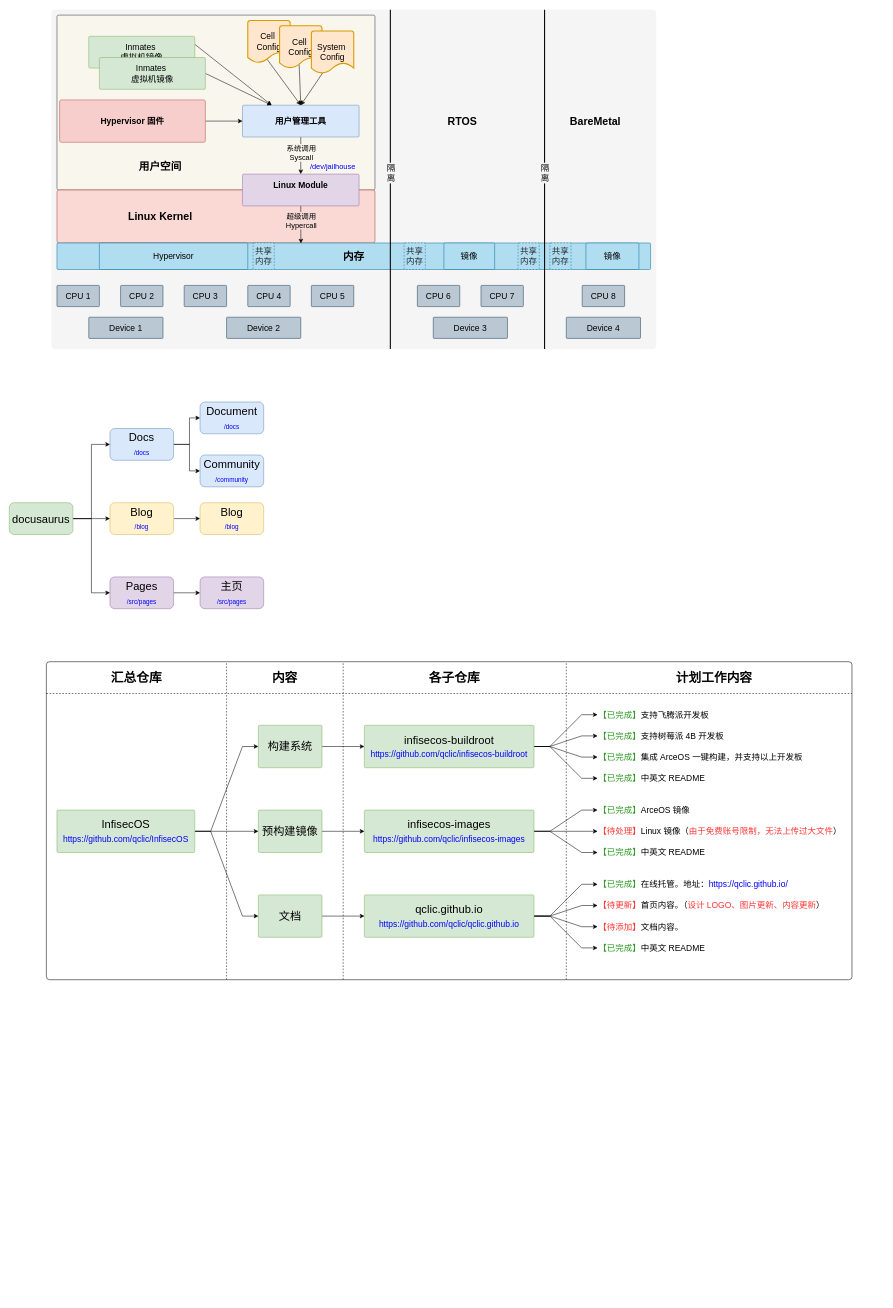
Before: page "arch" (1 of 3) of src/infisecos.drawio in qclic/qclic.github.io, a draw.io diagram. Source tidied: cells renumbered, new cells numbered last; positions are measured from the earlier drawing's top-left corner, leaving out a move shared by most shapes. Both pictures are drawn from the tidied source at 53%, with x=0, y=0 at pixel (9, 10).
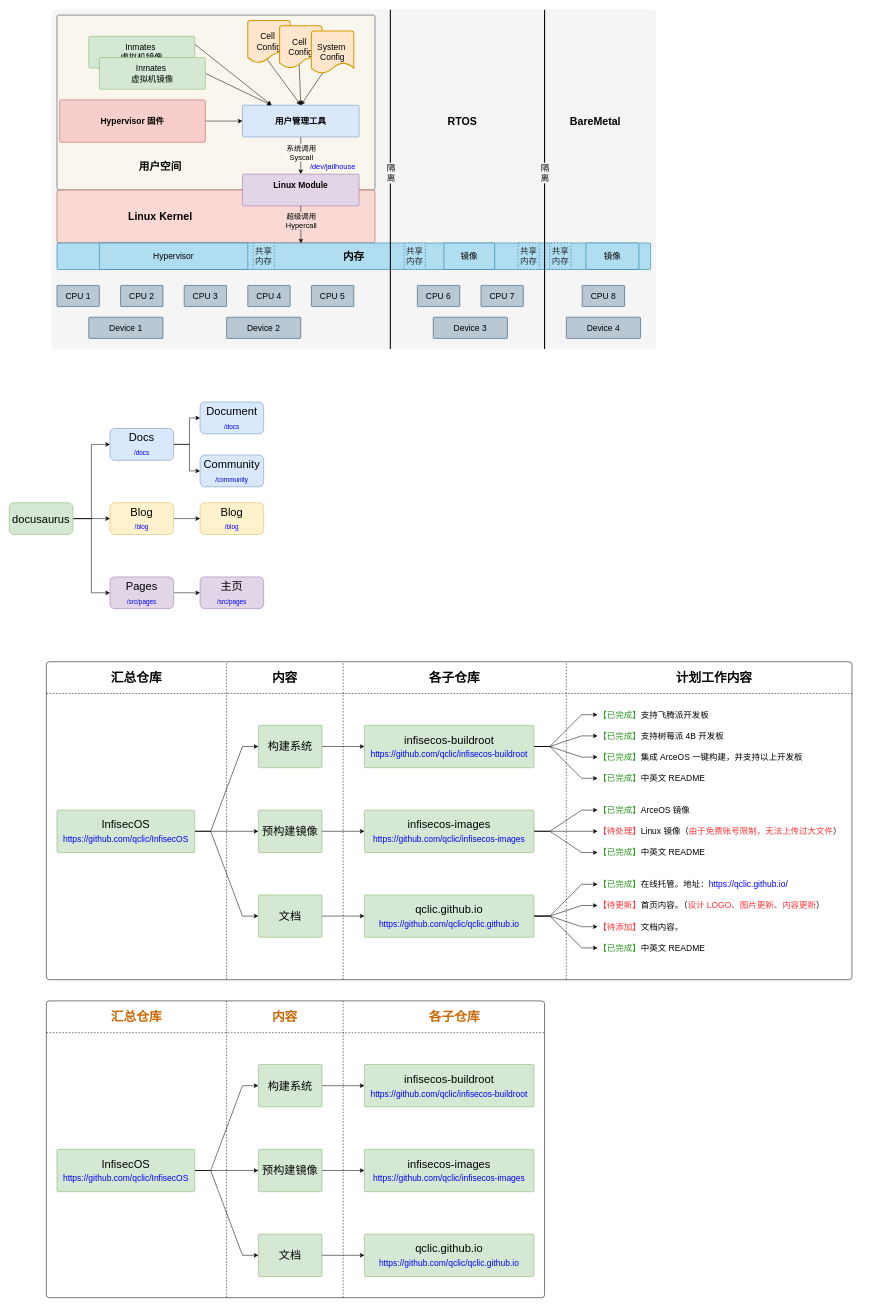
The same page after the edit.

Diff of the diagram source:
```diff
@@
+    <mxCell id="111" style="rounded=1;whiteSpace=wrap;html=1;arcSize=1;fillColor=none;" parent="1" vertex="1">
+      <mxGeometry x="70" y="1870" width="940" height="560" as="geometry" />
+    </mxCell>
+    <mxCell id="112" value="qclic.github.io&lt;div&gt;&lt;span style=&quot;color: rgb(0, 0, 255); font-size: 16px; background-color: initial;&quot;&gt;https://github.com/qclic/qclic.github.io&lt;/span&gt;&lt;br&gt;&lt;/div&gt;" style="rounded=1;whiteSpace=wrap;html=1;fontSize=21;fillColor=#d5e8d4;strokeColor=#82b366;arcSize=3;" parent="1" vertex="1">
+      <mxGeometry x="670" y="2310" width="320" height="80" as="geometry" />
+    </mxCell>
+    <mxCell id="113" value="&lt;div&gt;infisecos-images&lt;/div&gt;&lt;div&gt;&lt;font color=&quot;#0000ff&quot;&gt;&lt;span style=&quot;font-size: 16px;&quot;&gt;https://github.com/qclic/infisecos-images&lt;/span&gt;&lt;/font&gt;&lt;br&gt;&lt;/div&gt;" style="rounded=1;whiteSpace=wrap;html=1;fontSize=21;fillColor=#d5e8d4;strokeColor=#82b366;arcSize=3;" parent="1" vertex="1">
+      <mxGeometry x="670" y="2150" width="320" height="80" as="geometry" />
+    </mxCell>
+    <mxCell id="114" value="&lt;div&gt;infisecos-buildroot&lt;br&gt;&lt;/div&gt;&lt;div&gt;&lt;font color=&quot;#0000ff&quot;&gt;&lt;span style=&quot;font-size: 16px;&quot;&gt;https://github.com/qclic/infisecos-buildroot&lt;/span&gt;&lt;/font&gt;&lt;br&gt;&lt;/div&gt;" style="rounded=1;whiteSpace=wrap;html=1;fontSize=21;fillColor=#d5e8d4;strokeColor=#82b366;arcSize=3;" parent="1" vertex="1">
+      <mxGeometry x="670" y="1990" width="320" height="80" as="geometry" />
+    </mxCell>
+    <mxCell id="115" style="edgeStyle=entityRelationEdgeStyle;rounded=0;jettySize=auto;html=1;entryX=0;entryY=0.5;entryDx=0;entryDy=0;" parent="1" edge="1" source="118" target="120">
+      <mxGeometry relative="1" as="geometry" />
+    </mxCell>
+    <mxCell id="116" style="edgeStyle=orthogonalEdgeStyle;rounded=0;jettySize=auto;html=1;" parent="1" edge="1" source="118" target="122">
+      <mxGeometry relative="1" as="geometry" />
+    </mxCell>
+    <mxCell id="117" style="edgeStyle=entityRelationEdgeStyle;rounded=0;jettySize=auto;html=1;entryX=0;entryY=0.5;entryDx=0;entryDy=0;" parent="1" edge="1" source="118" target="124">
+      <mxGeometry relative="1" as="geometry" />
+    </mxCell>
+    <mxCell id="118" value="&lt;div&gt;InfisecOS&lt;/div&gt;&lt;div&gt;&lt;font color=&quot;#0000ff&quot;&gt;&lt;span style=&quot;font-size: 16px;&quot;&gt;https://github.com/qclic/InfisecOS&lt;/span&gt;&lt;/font&gt;&lt;br&gt;&lt;/div&gt;" style="rounded=1;whiteSpace=wrap;html=1;fontSize=21;fillColor=#d5e8d4;strokeColor=#82b366;arcSize=3;" parent="1" vertex="1">
+      <mxGeometry x="90" y="2150" width="260" height="80" as="geometry" />
+    </mxCell>
+    <mxCell id="119" style="edgeStyle=orthogonalEdgeStyle;rounded=0;jettySize=auto;html=1;" parent="1" edge="1" source="120" target="114">
+      <mxGeometry relative="1" as="geometry" />
+    </mxCell>
+    <mxCell id="120" value="&lt;div&gt;构建系统&lt;/div&gt;" style="rounded=1;whiteSpace=wrap;html=1;fontSize=21;fillColor=#d5e8d4;strokeColor=#82b366;arcSize=3;" parent="1" vertex="1">
+      <mxGeometry x="470" y="1990" width="120" height="80" as="geometry" />
+    </mxCell>
+    <mxCell id="121" style="edgeStyle=orthogonalEdgeStyle;rounded=0;jettySize=auto;html=1;" parent="1" edge="1" source="122" target="113">
+      <mxGeometry relative="1" as="geometry" />
+    </mxCell>
+    <mxCell id="122" value="&lt;div&gt;预构建镜像&lt;/div&gt;" style="rounded=1;whiteSpace=wrap;html=1;fontSize=21;fillColor=#d5e8d4;strokeColor=#82b366;arcSize=3;" parent="1" vertex="1">
+      <mxGeometry x="470" y="2150" width="120" height="80" as="geometry" />
+    </mxCell>
+    <mxCell id="123" style="edgeStyle=orthogonalEdgeStyle;rounded=0;jettySize=auto;html=1;" parent="1" edge="1" source="124" target="112">
+      <mxGeometry relative="1" as="geometry" />
+    </mxCell>
+    <mxCell id="124" value="&lt;div&gt;文档&lt;/div&gt;" style="rounded=1;whiteSpace=wrap;html=1;fontSize=21;fillColor=#d5e8d4;strokeColor=#82b366;arcSize=3;" parent="1" vertex="1">
+      <mxGeometry x="470" y="2310" width="120" height="80" as="geometry" />
+    </mxCell>
+    <mxCell id="125" style="endArrow=none;dashed=1;html=1;rounded=0;" parent="1" edge="1">
+      <mxGeometry relative="1" as="geometry">
+        <mxPoint x="410" y="2430" as="sourcePoint" />
+        <mxPoint x="410" y="1870" as="targetPoint" />
+      </mxGeometry>
+    </mxCell>
+    <mxCell id="126" style="endArrow=none;dashed=1;html=1;rounded=0;" parent="1" edge="1">
+      <mxGeometry relative="1" as="geometry">
+        <mxPoint x="630" y="2430" as="sourcePoint" />
+        <mxPoint x="630" y="1870" as="targetPoint" />
+      </mxGeometry>
+    </mxCell>
+    <mxCell id="127" style="endArrow=none;dashed=1;html=1;rounded=0;fontColor=#CC6600;" parent="1" edge="1">
+      <mxGeometry relative="1" as="geometry">
+        <mxPoint x="70" y="1930" as="sourcePoint" />
+        <mxPoint x="1010" y="1930" as="targetPoint" />
+      </mxGeometry>
+    </mxCell>
+    <mxCell id="128" value="汇总仓库" style="text;html=1;align=center;verticalAlign=middle;whiteSpace=wrap;rounded=0;fontStyle=1;fontSize=24;fontColor=#CC6600;" parent="1" vertex="1">
+      <mxGeometry x="150" y="1870" width="180" height="60" as="geometry" />
+    </mxCell>
+    <mxCell id="129" value="内容" style="text;html=1;align=center;verticalAlign=middle;whiteSpace=wrap;rounded=0;fontStyle=1;fontSize=24;fontColor=#CC6600;" parent="1" vertex="1">
+      <mxGeometry x="430" y="1870" width="180" height="60" as="geometry" />
+    </mxCell>
+    <mxCell id="130" value="各子仓库" style="text;html=1;align=center;verticalAlign=middle;whiteSpace=wrap;rounded=0;fontStyle=1;fontSize=24;fontColor=#CC6600;" parent="1" vertex="1">
+      <mxGeometry x="750" y="1870" width="180" height="60" as="geometry" />
+    </mxCell>
```
